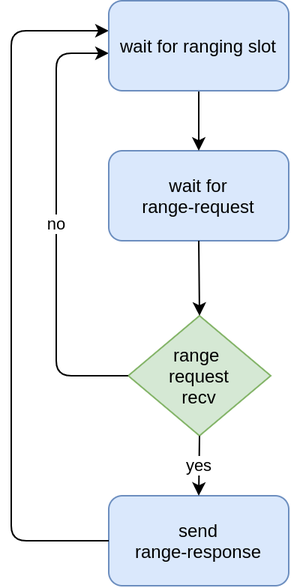
This is reports/03_firmware/img/twr_responder.png from tuannv-github/uwb-ips, a draw.io export, as it was before one commit. Source tidied: cells renumbered, new cells last; positions are measured from the earlier drawing's top-left corner, leaving out a move shared by most shapes.
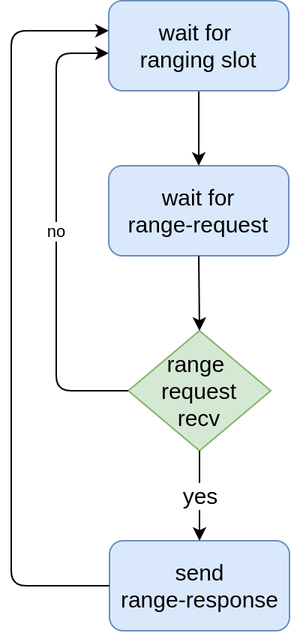
The same file after the commit.

Diff of the diagram source:
```diff
@@ -2,14 +2,14 @@
   <root>
     <mxCell id="0" />
     <mxCell id="1" parent="0" />
-    <mxCell id="2" value="wait for&lt;br&gt;range-request" style="rounded=1;whiteSpace=wrap;html=1;fillColor=#dae8fc;strokeColor=#6c8ebf;" parent="1" vertex="1">
-      <mxGeometry x="65" y="100" width="120" height="60" as="geometry" />
+    <mxCell id="2" value="&lt;font style=&quot;font-size: 15px&quot;&gt;wait for&lt;br&gt;range-request&lt;/font&gt;" style="rounded=1;whiteSpace=wrap;html=1;fillColor=#dae8fc;strokeColor=#6c8ebf;" parent="1" vertex="1">
+      <mxGeometry x="65" y="110" width="120" height="60" as="geometry" />
     </mxCell>
-    <mxCell id="3" value="range&amp;nbsp;&lt;br&gt;request&lt;br&gt;recv" style="rhombus;whiteSpace=wrap;html=1;fillColor=#d5e8d4;strokeColor=#82b366;" parent="1" vertex="1">
-      <mxGeometry x="78" y="210" width="95" height="80" as="geometry" />
+    <mxCell id="3" value="&lt;font style=&quot;font-size: 15px&quot;&gt;range&amp;nbsp;&lt;br&gt;request&lt;br&gt;recv&lt;/font&gt;" style="rhombus;whiteSpace=wrap;html=1;fillColor=#d5e8d4;strokeColor=#82b366;" parent="1" vertex="1">
+      <mxGeometry x="78" y="220" width="95" height="80" as="geometry" />
     </mxCell>
-    <mxCell id="4" value="send&lt;br&gt;range-response" style="rounded=1;whiteSpace=wrap;html=1;fillColor=#dae8fc;strokeColor=#6c8ebf;" parent="1" vertex="1">
-      <mxGeometry x="65" y="330" width="120" height="60" as="geometry" />
+    <mxCell id="4" value="&lt;font style=&quot;font-size: 15px&quot;&gt;send&lt;br&gt;range-response&lt;/font&gt;" style="rounded=1;whiteSpace=wrap;html=1;fillColor=#dae8fc;strokeColor=#6c8ebf;" parent="1" vertex="1">
+      <mxGeometry x="65.5" y="360" width="120" height="60" as="geometry" />
     </mxCell>
     <mxCell id="5" style="endArrow=classic;html=1;exitX=0.5;exitY=1;exitDx=0;exitDy=0;entryX=0.5;entryY=0;entryDx=0;entryDy=0;" parent="1" edge="1" target="2">
       <mxGeometry relative="1" as="geometry">
@@ -19,14 +19,14 @@
     <mxCell id="6" style="endArrow=classic;html=1;exitX=0.5;exitY=1;exitDx=0;exitDy=0;entryX=0.5;entryY=0;entryDx=0;entryDy=0;" parent="1" edge="1" source="2" target="3">
       <mxGeometry relative="1" as="geometry" />
     </mxCell>
-    <mxCell id="7" value="yes" style="endArrow=classic;html=1;exitX=0.5;exitY=1;exitDx=0;exitDy=0;entryX=0.5;entryY=0;entryDx=0;entryDy=0;" parent="1" edge="1" source="3" target="4">
+    <mxCell id="7" value="&lt;font style=&quot;font-size: 15px&quot;&gt;yes&lt;/font&gt;" style="endArrow=classic;html=1;exitX=0.5;exitY=1;exitDx=0;exitDy=0;entryX=0.5;entryY=0;entryDx=0;entryDy=0;" parent="1" edge="1" source="3" target="4">
       <mxGeometry relative="1" as="geometry" />
     </mxCell>
     <mxCell id="8" style="endArrow=classic;html=1;exitX=0;exitY=0.5;exitDx=0;exitDy=0;entryX=0;entryY=0.5;entryDx=0;entryDy=0;" parent="1" edge="1" source="4">
       <mxGeometry relative="1" as="geometry">
         <mxPoint x="65" y="20" as="targetPoint" />
         <Array as="points">
-          <mxPoint y="360" />
+          <mxPoint y="390" />
           <mxPoint y="20" />
         </Array>
       </mxGeometry>
@@ -35,12 +35,12 @@
       <mxGeometry relative="1" as="geometry">
         <mxPoint x="65" y="35" as="targetPoint" />
         <Array as="points">
-          <mxPoint x="30" y="250" />
+          <mxPoint x="30" y="260" />
           <mxPoint x="30" y="35" />
         </Array>
       </mxGeometry>
     </mxCell>
-    <mxCell id="10" value="wait for ranging slot" style="rounded=1;whiteSpace=wrap;html=1;fillColor=#dae8fc;strokeColor=#6c8ebf;" parent="1" vertex="1">
+    <mxCell id="10" value="&lt;font style=&quot;font-size: 15px&quot;&gt;wait for &lt;br&gt;ranging slot&lt;/font&gt;" style="rounded=1;whiteSpace=wrap;html=1;fillColor=#dae8fc;strokeColor=#6c8ebf;" parent="1" vertex="1">
       <mxGeometry x="65" width="120" height="60" as="geometry" />
     </mxCell>
   </root>
```
